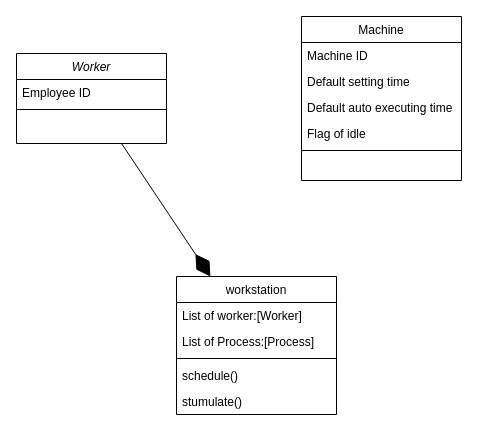
funwilliam/Worktime_Stimulating keeps this draw.io diagram as page "製程流水線工時模擬" (1 of 2) of 工時模擬 類圖 初稿.drawio. Above is the earlier version. Source tidied: cells renumbered, new cells numbered last; positions are measured from the earlier drawing's top-left corner, leaving out a move shared by most shapes. Both pictures are drawn from the tidied source at 100%, with x=0, y=0 at pixel (16, 16).
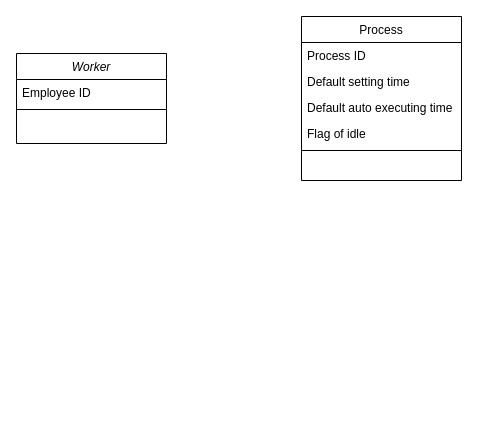
The same diagram, later.

Commit message:
更新工時模擬 類圖 初稿.drawio

Change to the diagram source:
```diff
@@
 <mxGraphModel>
   <root>
     <mxCell id="0" />
     <mxCell id="1" parent="0" />
     <mxCell id="2" value="Worker" style="swimlane;fontStyle=2;align=center;verticalAlign=top;horizontal=1;startSize=26;rounded=0;shadow=0;strokeWidth=1;" parent="1" vertex="1">
       <mxGeometry y="37" width="150" height="90" as="geometry" />
     </mxCell>
     <mxCell id="3" value="Employee ID" style="text;align=left;verticalAlign=top;spacingLeft=4;spacingRight=4;overflow=hidden;" parent="2" vertex="1">
       <mxGeometry y="26" width="150" height="26" as="geometry" />
     </mxCell>
     <mxCell id="4" style="line;html=1;strokeWidth=1;align=left;verticalAlign=middle;spacingTop=-1;spacingLeft=3;spacingRight=3;labelPosition=right;" parent="2" vertex="1">
       <mxGeometry y="52" width="150" height="8" as="geometry" />
     </mxCell>
-    <mxCell id="5" value="workstation" style="swimlane;fontStyle=0;align=center;verticalAlign=top;horizontal=1;startSize=26;rounded=0;shadow=0;strokeWidth=1;" parent="1" vertex="1">
-      <mxGeometry x="160" y="260" width="160" height="138" as="geometry" />
-    </mxCell>
-    <mxCell id="6" value="List of worker:[Worker]" style="text;align=left;verticalAlign=top;spacingLeft=4;spacingRight=4;overflow=hidden;" parent="5" vertex="1">
-      <mxGeometry y="26" width="160" height="26" as="geometry" />
-    </mxCell>
-    <mxCell id="7" value="List of Process:[Process]" style="text;align=left;verticalAlign=top;spacingLeft=4;spacingRight=4;overflow=hidden;" parent="5" vertex="1">
-      <mxGeometry y="52" width="160" height="26" as="geometry" />
-    </mxCell>
-    <mxCell id="8" style="line;html=1;strokeWidth=1;align=left;verticalAlign=middle;spacingTop=-1;spacingLeft=3;spacingRight=3;labelPosition=right;" parent="5" vertex="1">
-      <mxGeometry y="78" width="160" height="8" as="geometry" />
-    </mxCell>
-    <mxCell id="9" value="schedule()" style="text;align=left;verticalAlign=top;spacingLeft=4;spacingRight=4;overflow=hidden;" parent="5" vertex="1">
-      <mxGeometry y="86" width="160" height="26" as="geometry" />
-    </mxCell>
-    <mxCell id="10" value="stumulate()" style="text;align=left;verticalAlign=top;spacingLeft=4;spacingRight=4;overflow=hidden;" parent="5" vertex="1">
-      <mxGeometry y="112" width="160" height="26" as="geometry" />
-    </mxCell>
-    <mxCell id="11" value="Machine" style="swimlane;fontStyle=0;align=center;verticalAlign=top;horizontal=1;startSize=26;rounded=0;shadow=0;strokeWidth=1;" parent="1" vertex="1">
+    <mxCell id="11" value="Process" style="swimlane;fontStyle=0;align=center;verticalAlign=top;horizontal=1;startSize=26;rounded=0;shadow=0;strokeWidth=1;" parent="1" vertex="1">
       <mxGeometry x="285" width="160" height="164" as="geometry" />
     </mxCell>
-    <mxCell id="12" value="Machine ID" style="text;align=left;verticalAlign=top;spacingLeft=4;spacingRight=4;overflow=hidden;" parent="11" vertex="1">
+    <mxCell id="12" value="Process ID" style="text;align=left;verticalAlign=top;spacingLeft=4;spacingRight=4;overflow=hidden;" parent="11" vertex="1">
       <mxGeometry y="26" width="160" height="26" as="geometry" />
     </mxCell>
     <mxCell id="13" value="Default setting time" style="text;align=left;verticalAlign=top;spacingLeft=4;spacingRight=4;overflow=hidden;rounded=0;shadow=0;html=0;" parent="11" vertex="1">
       <mxGeometry y="52" width="160" height="26" as="geometry" />
     </mxCell>
     <mxCell id="14" value="Default auto executing time" style="text;align=left;verticalAlign=top;spacingLeft=4;spacingRight=4;overflow=hidden;rounded=0;shadow=0;html=0;" parent="11" vertex="1">
       <mxGeometry y="78" width="160" height="26" as="geometry" />
     </mxCell>
     <mxCell id="15" value="Flag of idle" style="text;align=left;verticalAlign=top;spacingLeft=4;spacingRight=4;overflow=hidden;rounded=0;shadow=0;html=0;" parent="11" vertex="1">
       <mxGeometry y="104" width="160" height="26" as="geometry" />
     </mxCell>
     <mxCell id="16" style="line;html=1;strokeWidth=1;align=left;verticalAlign=middle;spacingTop=-1;spacingLeft=3;spacingRight=3;labelPosition=right;" parent="11" vertex="1">
       <mxGeometry y="130" width="160" height="8" as="geometry" />
     </mxCell>
-    <mxCell id="17" style="endArrow=diamondThin;endFill=1;endSize=24;html=1;rounded=0;" parent="1" edge="1" source="2" target="5">
-      <mxGeometry relative="1" as="geometry" />
-    </mxCell>
   </root>
 </mxGraphModel>
```
